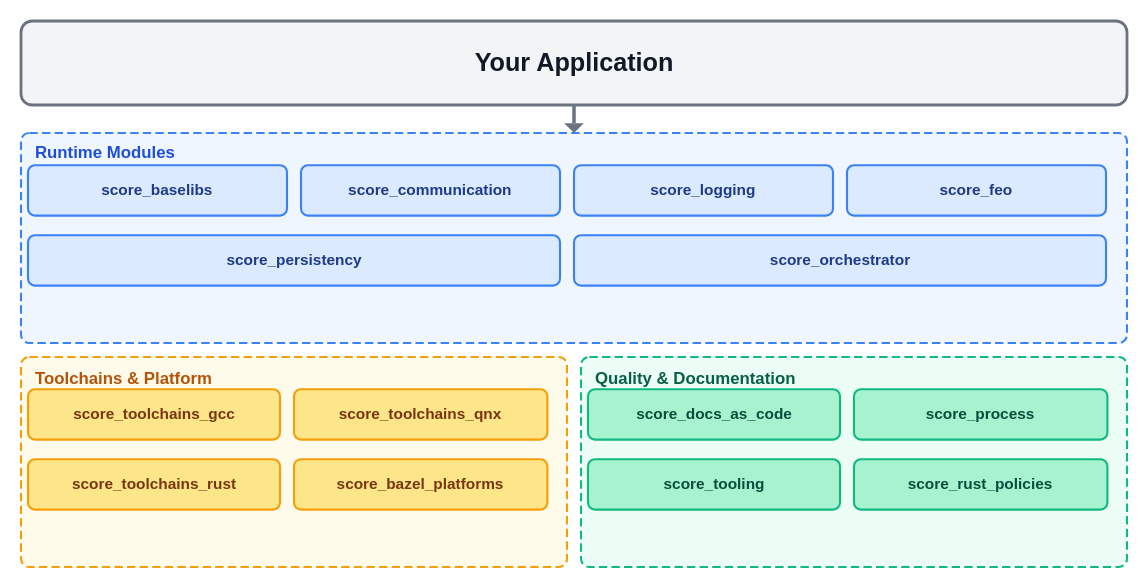
eclipse-score/score keeps this draw.io diagram as pr-2874/_images/module_deps.drawio.svg. Above is the earlier version. Source tidied: cells renumbered, new cells last; positions are measured from the earlier drawing's top-left corner, leaving out a move shared by most shapes.
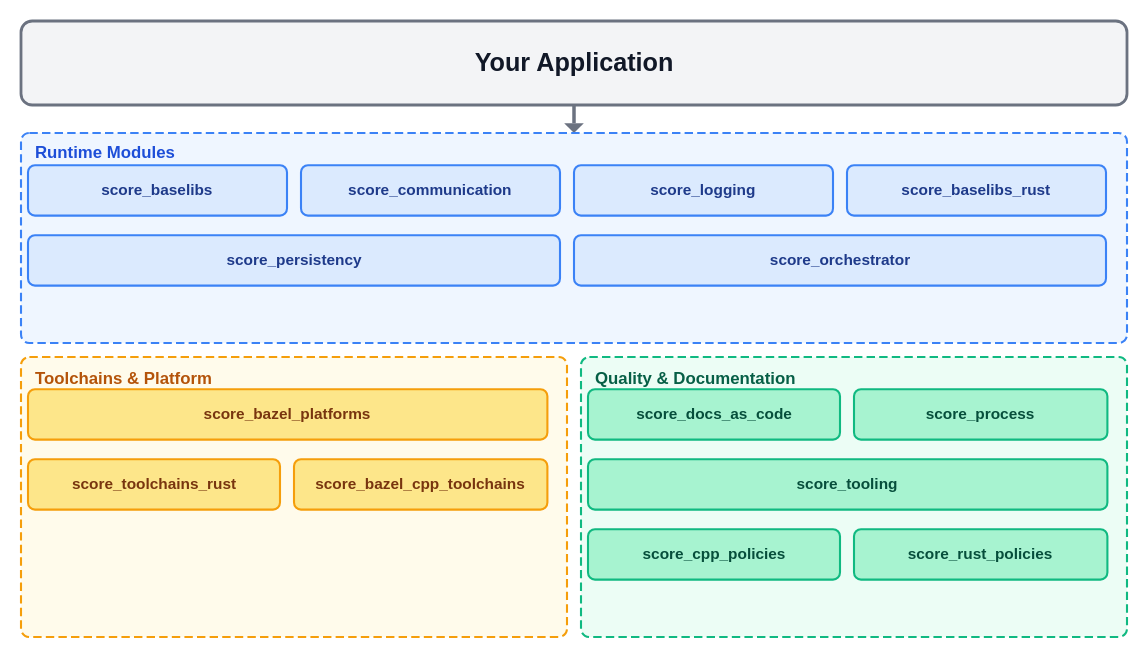
After the commit.

The edit, as a diff of the source:
```diff
@@ -17,7 +17,7 @@
     <mxCell id="6" value="score_logging" style="rounded=1;whiteSpace=wrap;html=1;fillColor=#DBEAFE;strokeColor=#3B82F6;fontColor=#1E3A8A;fontStyle=1;" parent="1" vertex="1">
       <mxGeometry x="395" y="103" width="185" height="36" as="geometry" />
     </mxCell>
-    <mxCell id="7" value="score_feo" style="rounded=1;whiteSpace=wrap;html=1;fillColor=#DBEAFE;strokeColor=#3B82F6;fontColor=#1E3A8A;fontStyle=1;" parent="1" vertex="1">
+    <mxCell id="7" value="score_baselibs_rust" style="rounded=1;whiteSpace=wrap;html=1;fillColor=#DBEAFE;strokeColor=#3B82F6;fontColor=#1E3A8A;fontStyle=1;" parent="1" vertex="1">
       <mxGeometry x="590" y="103" width="185" height="36" as="geometry" />
     </mxCell>
     <mxCell id="8" value="score_persistency" style="rounded=1;whiteSpace=wrap;html=1;fillColor=#DBEAFE;strokeColor=#3B82F6;fontColor=#1E3A8A;fontStyle=1;" parent="1" vertex="1">
@@ -27,22 +27,19 @@
       <mxGeometry x="395" y="153" width="380" height="36" as="geometry" />
     </mxCell>
     <mxCell id="10" value="Toolchains &amp; Platform" style="rounded=1;html=1;fillColor=#FFFBEB;strokeColor=#F59E0B;dashed=1;dashPattern=6 3;verticalAlign=top;align=left;spacingLeft=8;spacingTop=2;fontStyle=1;fontSize=12;fontColor=#B45309;" parent="1" vertex="1">
-      <mxGeometry y="240" width="390" height="150" as="geometry" />
+      <mxGeometry y="240" width="390" height="200" as="geometry" />
     </mxCell>
-    <mxCell id="11" value="score_toolchains_gcc" style="rounded=1;whiteSpace=wrap;html=1;fillColor=#FDE68A;strokeColor=#F59E0B;fontColor=#78350F;fontStyle=1;" parent="1" vertex="1">
-      <mxGeometry x="5" y="263" width="180" height="36" as="geometry" />
+    <mxCell id="11" value="score_bazel_platforms" style="rounded=1;whiteSpace=wrap;html=1;fillColor=#FDE68A;strokeColor=#F59E0B;fontColor=#78350F;fontStyle=1;" parent="1" vertex="1">
+      <mxGeometry x="5" y="263" width="371" height="36" as="geometry" />
     </mxCell>
-    <mxCell id="12" value="score_toolchains_qnx" style="rounded=1;whiteSpace=wrap;html=1;fillColor=#FDE68A;strokeColor=#F59E0B;fontColor=#78350F;fontStyle=1;" parent="1" vertex="1">
-      <mxGeometry x="195" y="263" width="181" height="36" as="geometry" />
-    </mxCell>
     <mxCell id="13" value="score_toolchains_rust" style="rounded=1;whiteSpace=wrap;html=1;fillColor=#FDE68A;strokeColor=#F59E0B;fontColor=#78350F;fontStyle=1;" parent="1" vertex="1">
       <mxGeometry x="5" y="313" width="180" height="36" as="geometry" />
     </mxCell>
-    <mxCell id="14" value="score_bazel_platforms" style="rounded=1;whiteSpace=wrap;html=1;fillColor=#FDE68A;strokeColor=#F59E0B;fontColor=#78350F;fontStyle=1;" parent="1" vertex="1">
+    <mxCell id="14" value="score_bazel_cpp_toolchains" style="rounded=1;whiteSpace=wrap;html=1;fillColor=#FDE68A;strokeColor=#F59E0B;fontColor=#78350F;fontStyle=1;" parent="1" vertex="1">
       <mxGeometry x="195" y="313" width="181" height="36" as="geometry" />
     </mxCell>
     <mxCell id="15" value="Quality &amp; Documentation" style="rounded=1;html=1;fillColor=#ECFDF5;strokeColor=#10B981;dashed=1;dashPattern=6 3;verticalAlign=top;align=left;spacingLeft=8;spacingTop=2;fontStyle=1;fontSize=12;fontColor=#065F46;" parent="1" vertex="1">
-      <mxGeometry x="400" y="240" width="390" height="150" as="geometry" />
+      <mxGeometry x="400" y="240" width="390" height="200" as="geometry" />
     </mxCell>
     <mxCell id="16" value="score_docs_as_code" style="rounded=1;whiteSpace=wrap;html=1;fillColor=#A7F3D0;strokeColor=#10B981;fontColor=#064E3B;fontStyle=1;" parent="1" vertex="1">
       <mxGeometry x="405" y="263" width="180" height="36" as="geometry" />
@@ -51,11 +48,14 @@
       <mxGeometry x="595" y="263" width="181" height="36" as="geometry" />
     </mxCell>
     <mxCell id="18" value="score_tooling" style="rounded=1;whiteSpace=wrap;html=1;fillColor=#A7F3D0;strokeColor=#10B981;fontColor=#064E3B;fontStyle=1;" parent="1" vertex="1">
-      <mxGeometry x="405" y="313" width="180" height="36" as="geometry" />
+      <mxGeometry x="405" y="313" width="371" height="36" as="geometry" />
     </mxCell>
     <mxCell id="19" value="score_rust_policies" style="rounded=1;whiteSpace=wrap;html=1;fillColor=#A7F3D0;strokeColor=#10B981;fontColor=#064E3B;fontStyle=1;" parent="1" vertex="1">
-      <mxGeometry x="595" y="313" width="181" height="36" as="geometry" />
+      <mxGeometry x="595" y="363" width="181" height="36" as="geometry" />
     </mxCell>
+    <mxCell id="21" value="score_cpp_policies" style="rounded=1;whiteSpace=wrap;html=1;fillColor=#A7F3D0;strokeColor=#10B981;fontColor=#064E3B;fontStyle=1;" parent="1" vertex="1">
+      <mxGeometry x="405" y="363" width="180" height="36" as="geometry" />
+    </mxCell>
     <mxCell id="20" style="edgeStyle=orthogonalEdgeStyle;rounded=0;jettySize=auto;exitX=0.5;exitY=1;exitDx=0;exitDy=0;entryX=0.5;entryY=0;entryDx=0;entryDy=0;strokeColor=#6B7280;strokeWidth=2.5;fillColor=#6B7280;" parent="1" edge="1" source="2" target="3">
       <mxGeometry relative="1" as="geometry" />
     </mxCell>
```
